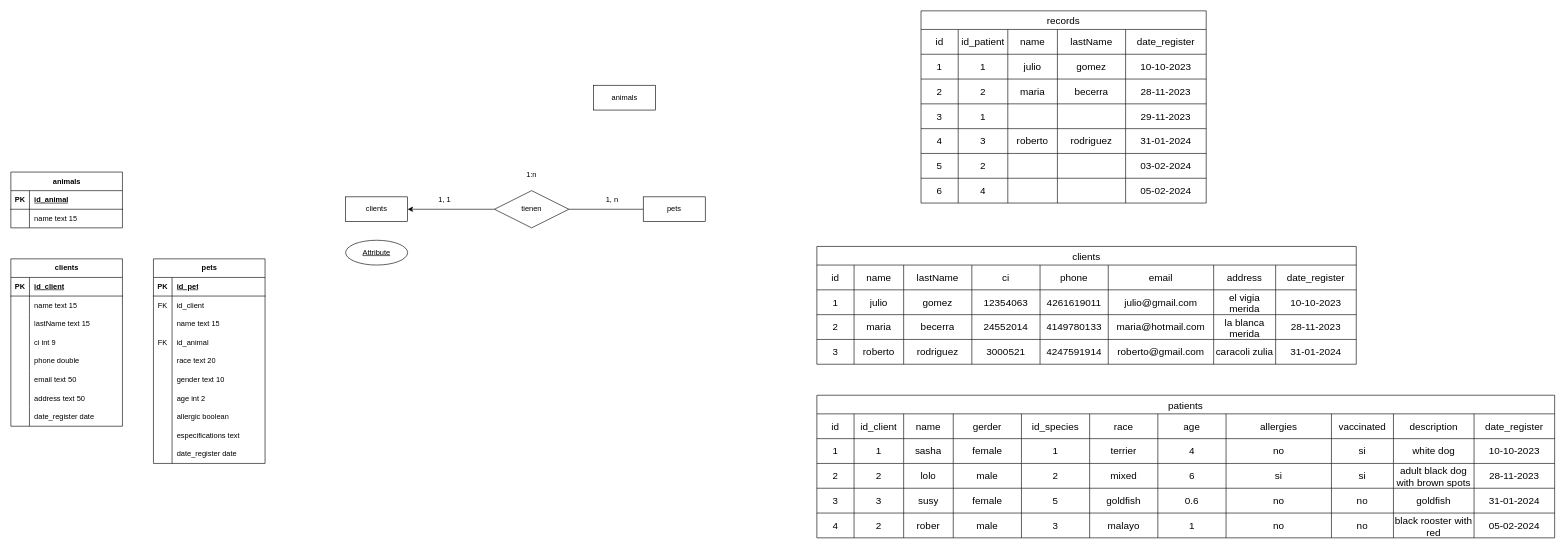
This is veterinaryClinic.drawio from AlbanyNVRodriguez/draw---diagrams, a draw.io file, before an edit. Source tidied: cells renumbered, new cells numbered last; positions are measured from the earlier drawing's top-left corner, leaving out a move shared by most shapes. Both pictures are drawn from the tidied source at 62%, with x=0, y=0 at pixel (11, 11).
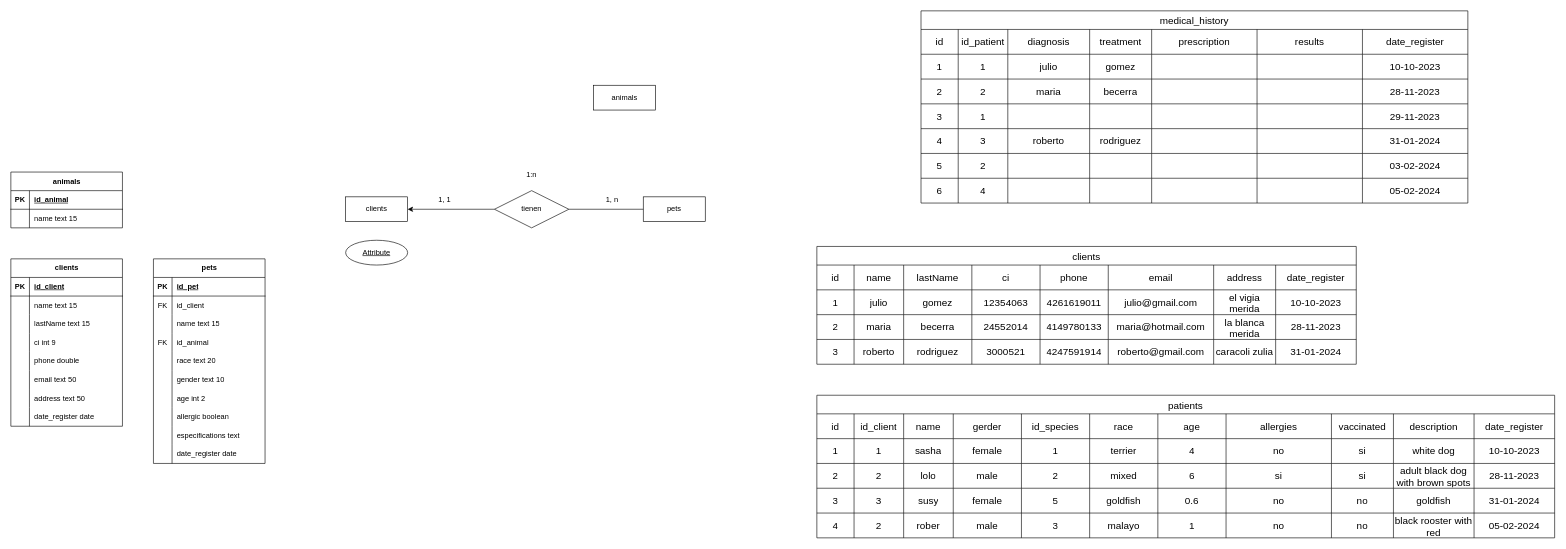
The same diagram, later.

Diff of the diagram source:
```diff
@@
-    <mxCell id="173" value="records" style="shape=table;startSize=30;childLayout=tableLayout;strokeColor=default;fontSize=16;" parent="1" vertex="1">
-      <mxGeometry x="1468" width="460" height="310" as="geometry" />
+    <mxCell id="173" value="medical_history" style="shape=table;startSize=30;childLayout=tableLayout;strokeColor=default;fontSize=16;" parent="1" vertex="1">
+      <mxGeometry x="1468" width="882" height="310" as="geometry" />
     </mxCell>
     <mxCell id="174" style="shape=tableRow;horizontal=0;startSize=0;swimlaneHead=0;swimlaneBody=0;strokeColor=inherit;top=0;left=0;bottom=0;right=0;fillColor=none;fontSize=16;" parent="173" vertex="1">
-      <mxGeometry y="30" width="460" height="40" as="geometry" />
+      <mxGeometry y="30" width="882" height="40" as="geometry" />
     </mxCell>
@@
-    <mxCell id="177" value="name" style="shape=partialRectangle;html=1;whiteSpace=wrap;strokeColor=inherit;overflow=hidden;fillColor=none;top=0;left=0;bottom=0;right=0;fontSize=16;" parent="174" vertex="1">
-      <mxGeometry x="140" width="80" height="40" as="geometry" />
+    <mxCell id="177" value="&lt;div&gt;diagnosis&lt;/div&gt;" style="shape=partialRectangle;html=1;whiteSpace=wrap;strokeColor=inherit;overflow=hidden;fillColor=none;top=0;left=0;bottom=0;right=0;fontSize=16;" parent="174" vertex="1">
+      <mxGeometry x="140" width="132" height="40" as="geometry" />
     </mxCell>
-    <mxCell id="178" value="lastName" style="shape=partialRectangle;html=1;whiteSpace=wrap;strokeColor=inherit;overflow=hidden;fillColor=none;top=0;left=0;bottom=0;right=0;fontSize=16;" parent="174" vertex="1">
-      <mxGeometry x="220" width="110" height="40" as="geometry" />
+    <mxCell id="178" value="treatment" style="shape=partialRectangle;html=1;whiteSpace=wrap;strokeColor=inherit;overflow=hidden;fillColor=none;top=0;left=0;bottom=0;right=0;fontSize=16;" parent="174" vertex="1">
+      <mxGeometry x="272" width="100" height="40" as="geometry" />
     </mxCell>
+    <mxCell id="216" value="&lt;div style=&quot;border-color: var(--border-color);&quot;&gt;prescription&lt;/div&gt;" style="shape=partialRectangle;html=1;whiteSpace=wrap;strokeColor=inherit;overflow=hidden;fillColor=none;top=0;left=0;bottom=0;right=0;fontSize=16;" parent="174" vertex="1">
+      <mxGeometry x="372" width="170" height="40" as="geometry" />
+    </mxCell>
+    <mxCell id="217" value="&lt;div style=&quot;border-color: var(--border-color);&quot;&gt;results&lt;/div&gt;" style="shape=partialRectangle;html=1;whiteSpace=wrap;strokeColor=inherit;overflow=hidden;fillColor=none;top=0;left=0;bottom=0;right=0;fontSize=16;" parent="174" vertex="1">
+      <mxGeometry x="542" width="170" height="40" as="geometry" />
+    </mxCell>
     <mxCell id="179" value="date_register" style="shape=partialRectangle;html=1;whiteSpace=wrap;strokeColor=inherit;overflow=hidden;fillColor=none;top=0;left=0;bottom=0;right=0;fontSize=16;" parent="174" vertex="1">
-      <mxGeometry x="330" width="130" height="40" as="geometry" />
+      <mxGeometry x="712" width="170" height="40" as="geometry" />
     </mxCell>
     <mxCell id="180" style="shape=tableRow;horizontal=0;startSize=0;swimlaneHead=0;swimlaneBody=0;strokeColor=inherit;top=0;left=0;bottom=0;right=0;fillColor=none;fontSize=16;" parent="173" vertex="1">
-      <mxGeometry y="70" width="460" height="40" as="geometry" />
+      <mxGeometry y="70" width="882" height="40" as="geometry" />
     </mxCell>
@@
     <mxCell id="183" value="julio" style="shape=partialRectangle;html=1;whiteSpace=wrap;strokeColor=inherit;overflow=hidden;fillColor=none;top=0;left=0;bottom=0;right=0;fontSize=16;" parent="180" vertex="1">
-      <mxGeometry x="140" width="80" height="40" as="geometry" />
+      <mxGeometry x="140" width="132" height="40" as="geometry" />
     </mxCell>
     <mxCell id="184" value="gomez" style="shape=partialRectangle;html=1;whiteSpace=wrap;strokeColor=inherit;overflow=hidden;fillColor=none;top=0;left=0;bottom=0;right=0;fontSize=16;" parent="180" vertex="1">
-      <mxGeometry x="220" width="110" height="40" as="geometry" />
+      <mxGeometry x="272" width="100" height="40" as="geometry" />
     </mxCell>
+    <mxCell id="218" style="shape=partialRectangle;html=1;whiteSpace=wrap;strokeColor=inherit;overflow=hidden;fillColor=none;top=0;left=0;bottom=0;right=0;fontSize=16;" parent="180" vertex="1">
+      <mxGeometry x="372" width="170" height="40" as="geometry" />
+    </mxCell>
+    <mxCell id="219" style="shape=partialRectangle;html=1;whiteSpace=wrap;strokeColor=inherit;overflow=hidden;fillColor=none;top=0;left=0;bottom=0;right=0;fontSize=16;" parent="180" vertex="1">
+      <mxGeometry x="542" width="170" height="40" as="geometry" />
+    </mxCell>
     <mxCell id="185" value="10-10-2023" style="shape=partialRectangle;html=1;whiteSpace=wrap;strokeColor=inherit;overflow=hidden;fillColor=none;top=0;left=0;bottom=0;right=0;fontSize=16;" parent="180" vertex="1">
-      <mxGeometry x="330" width="130" height="40" as="geometry" />
+      <mxGeometry x="712" width="170" height="40" as="geometry" />
     </mxCell>
     <mxCell id="186" style="shape=tableRow;horizontal=0;startSize=0;swimlaneHead=0;swimlaneBody=0;strokeColor=inherit;top=0;left=0;bottom=0;right=0;fillColor=none;fontSize=16;" parent="173" vertex="1">
-      <mxGeometry y="110" width="460" height="40" as="geometry" />
+      <mxGeometry y="110" width="882" height="40" as="geometry" />
     </mxCell>
@@
     <mxCell id="189" value="maria" style="shape=partialRectangle;html=1;whiteSpace=wrap;strokeColor=inherit;overflow=hidden;fillColor=none;top=0;left=0;bottom=0;right=0;fontSize=16;" parent="186" vertex="1">
-      <mxGeometry x="140" width="80" height="40" as="geometry" />
+      <mxGeometry x="140" width="132" height="40" as="geometry" />
     </mxCell>
     <mxCell id="190" value="becerra" style="shape=partialRectangle;html=1;whiteSpace=wrap;strokeColor=inherit;overflow=hidden;fillColor=none;top=0;left=0;bottom=0;right=0;fontSize=16;" parent="186" vertex="1">
-      <mxGeometry x="220" width="110" height="40" as="geometry" />
+      <mxGeometry x="272" width="100" height="40" as="geometry" />
     </mxCell>
+    <mxCell id="220" style="shape=partialRectangle;html=1;whiteSpace=wrap;strokeColor=inherit;overflow=hidden;fillColor=none;top=0;left=0;bottom=0;right=0;fontSize=16;" parent="186" vertex="1">
+      <mxGeometry x="372" width="170" height="40" as="geometry" />
+    </mxCell>
+    <mxCell id="221" style="shape=partialRectangle;html=1;whiteSpace=wrap;strokeColor=inherit;overflow=hidden;fillColor=none;top=0;left=0;bottom=0;right=0;fontSize=16;" parent="186" vertex="1">
+      <mxGeometry x="542" width="170" height="40" as="geometry" />
+    </mxCell>
     <mxCell id="191" value="28-11-2023" style="shape=partialRectangle;html=1;whiteSpace=wrap;strokeColor=inherit;overflow=hidden;fillColor=none;top=0;left=0;bottom=0;right=0;fontSize=16;" parent="186" vertex="1">
-      <mxGeometry x="330" width="130" height="40" as="geometry" />
+      <mxGeometry x="712" width="170" height="40" as="geometry" />
     </mxCell>
     <mxCell id="192" style="shape=tableRow;horizontal=0;startSize=0;swimlaneHead=0;swimlaneBody=0;strokeColor=inherit;top=0;left=0;bottom=0;right=0;fillColor=none;fontSize=16;" parent="173" vertex="1">
-      <mxGeometry y="150" width="460" height="40" as="geometry" />
+      <mxGeometry y="150" width="882" height="40" as="geometry" />
     </mxCell>
@@
     <mxCell id="195" style="shape=partialRectangle;html=1;whiteSpace=wrap;strokeColor=inherit;overflow=hidden;fillColor=none;top=0;left=0;bottom=0;right=0;fontSize=16;" parent="192" vertex="1">
-      <mxGeometry x="140" width="80" height="40" as="geometry" />
+      <mxGeometry x="140" width="132" height="40" as="geometry" />
     </mxCell>
     <mxCell id="196" style="shape=partialRectangle;html=1;whiteSpace=wrap;strokeColor=inherit;overflow=hidden;fillColor=none;top=0;left=0;bottom=0;right=0;fontSize=16;" parent="192" vertex="1">
-      <mxGeometry x="220" width="110" height="40" as="geometry" />
+      <mxGeometry x="272" width="100" height="40" as="geometry" />
     </mxCell>
+    <mxCell id="222" style="shape=partialRectangle;html=1;whiteSpace=wrap;strokeColor=inherit;overflow=hidden;fillColor=none;top=0;left=0;bottom=0;right=0;fontSize=16;" parent="192" vertex="1">
+      <mxGeometry x="372" width="170" height="40" as="geometry" />
+    </mxCell>
+    <mxCell id="223" style="shape=partialRectangle;html=1;whiteSpace=wrap;strokeColor=inherit;overflow=hidden;fillColor=none;top=0;left=0;bottom=0;right=0;fontSize=16;" parent="192" vertex="1">
+      <mxGeometry x="542" width="170" height="40" as="geometry" />
+    </mxCell>
     <mxCell id="197" value="29-11-2023" style="shape=partialRectangle;html=1;whiteSpace=wrap;strokeColor=inherit;overflow=hidden;fillColor=none;top=0;left=0;bottom=0;right=0;fontSize=16;" parent="192" vertex="1">
-      <mxGeometry x="330" width="130" height="40" as="geometry" />
+      <mxGeometry x="712" width="170" height="40" as="geometry" />
     </mxCell>
     <mxCell id="198" style="shape=tableRow;horizontal=0;startSize=0;swimlaneHead=0;swimlaneBody=0;strokeColor=inherit;top=0;left=0;bottom=0;right=0;fillColor=none;fontSize=16;" parent="173" vertex="1">
-      <mxGeometry y="190" width="460" height="40" as="geometry" />
+      <mxGeometry y="190" width="882" height="40" as="geometry" />
     </mxCell>
@@
     <mxCell id="201" value="roberto" style="shape=partialRectangle;html=1;whiteSpace=wrap;strokeColor=inherit;overflow=hidden;fillColor=none;top=0;left=0;bottom=0;right=0;fontSize=16;" parent="198" vertex="1">
-      <mxGeometry x="140" width="80" height="40" as="geometry" />
+      <mxGeometry x="140" width="132" height="40" as="geometry" />
     </mxCell>
     <mxCell id="202" value="rodriguez" style="shape=partialRectangle;html=1;whiteSpace=wrap;strokeColor=inherit;overflow=hidden;fillColor=none;top=0;left=0;bottom=0;right=0;fontSize=16;" parent="198" vertex="1">
-      <mxGeometry x="220" width="110" height="40" as="geometry" />
+      <mxGeometry x="272" width="100" height="40" as="geometry" />
     </mxCell>
+    <mxCell id="224" style="shape=partialRectangle;html=1;whiteSpace=wrap;strokeColor=inherit;overflow=hidden;fillColor=none;top=0;left=0;bottom=0;right=0;fontSize=16;" parent="198" vertex="1">
+      <mxGeometry x="372" width="170" height="40" as="geometry" />
+    </mxCell>
+    <mxCell id="225" style="shape=partialRectangle;html=1;whiteSpace=wrap;strokeColor=inherit;overflow=hidden;fillColor=none;top=0;left=0;bottom=0;right=0;fontSize=16;" parent="198" vertex="1">
+      <mxGeometry x="542" width="170" height="40" as="geometry" />
+    </mxCell>
     <mxCell id="203" value="31-01-2024" style="shape=partialRectangle;html=1;whiteSpace=wrap;strokeColor=inherit;overflow=hidden;fillColor=none;top=0;left=0;bottom=0;right=0;fontSize=16;" parent="198" vertex="1">
-      <mxGeometry x="330" width="130" height="40" as="geometry" />
+      <mxGeometry x="712" width="170" height="40" as="geometry" />
     </mxCell>
     <mxCell id="204" style="shape=tableRow;horizontal=0;startSize=0;swimlaneHead=0;swimlaneBody=0;strokeColor=inherit;top=0;left=0;bottom=0;right=0;fillColor=none;fontSize=16;" parent="173" vertex="1">
-      <mxGeometry y="230" width="460" height="40" as="geometry" />
+      <mxGeometry y="230" width="882" height="40" as="geometry" />
     </mxCell>
@@
     <mxCell id="207" style="shape=partialRectangle;html=1;whiteSpace=wrap;strokeColor=inherit;overflow=hidden;fillColor=none;top=0;left=0;bottom=0;right=0;fontSize=16;" parent="204" vertex="1">
-      <mxGeometry x="140" width="80" height="40" as="geometry" />
+      <mxGeometry x="140" width="132" height="40" as="geometry" />
     </mxCell>
     <mxCell id="208" style="shape=partialRectangle;html=1;whiteSpace=wrap;strokeColor=inherit;overflow=hidden;fillColor=none;top=0;left=0;bottom=0;right=0;fontSize=16;" parent="204" vertex="1">
-      <mxGeometry x="220" width="110" height="40" as="geometry" />
+      <mxGeometry x="272" width="100" height="40" as="geometry" />
     </mxCell>
+    <mxCell id="226" style="shape=partialRectangle;html=1;whiteSpace=wrap;strokeColor=inherit;overflow=hidden;fillColor=none;top=0;left=0;bottom=0;right=0;fontSize=16;" parent="204" vertex="1">
+      <mxGeometry x="372" width="170" height="40" as="geometry" />
+    </mxCell>
+    <mxCell id="227" style="shape=partialRectangle;html=1;whiteSpace=wrap;strokeColor=inherit;overflow=hidden;fillColor=none;top=0;left=0;bottom=0;right=0;fontSize=16;" parent="204" vertex="1">
+      <mxGeometry x="542" width="170" height="40" as="geometry" />
+    </mxCell>
     <mxCell id="209" value="03-02-2024" style="shape=partialRectangle;html=1;whiteSpace=wrap;strokeColor=inherit;overflow=hidden;fillColor=none;top=0;left=0;bottom=0;right=0;fontSize=16;" parent="204" vertex="1">
-      <mxGeometry x="330" width="130" height="40" as="geometry" />
+      <mxGeometry x="712" width="170" height="40" as="geometry" />
     </mxCell>
     <mxCell id="210" style="shape=tableRow;horizontal=0;startSize=0;swimlaneHead=0;swimlaneBody=0;strokeColor=inherit;top=0;left=0;bottom=0;right=0;fillColor=none;fontSize=16;" parent="173" vertex="1">
-      <mxGeometry y="270" width="460" height="40" as="geometry" />
+      <mxGeometry y="270" width="882" height="40" as="geometry" />
     </mxCell>
@@
     <mxCell id="213" style="shape=partialRectangle;html=1;whiteSpace=wrap;strokeColor=inherit;overflow=hidden;fillColor=none;top=0;left=0;bottom=0;right=0;fontSize=16;" parent="210" vertex="1">
-      <mxGeometry x="140" width="80" height="40" as="geometry" />
+      <mxGeometry x="140" width="132" height="40" as="geometry" />
     </mxCell>
     <mxCell id="214" style="shape=partialRectangle;html=1;whiteSpace=wrap;strokeColor=inherit;overflow=hidden;fillColor=none;top=0;left=0;bottom=0;right=0;fontSize=16;" parent="210" vertex="1">
-      <mxGeometry x="220" width="110" height="40" as="geometry" />
+      <mxGeometry x="272" width="100" height="40" as="geometry" />
     </mxCell>
+    <mxCell id="228" style="shape=partialRectangle;html=1;whiteSpace=wrap;strokeColor=inherit;overflow=hidden;fillColor=none;top=0;left=0;bottom=0;right=0;fontSize=16;" parent="210" vertex="1">
+      <mxGeometry x="372" width="170" height="40" as="geometry" />
+    </mxCell>
+    <mxCell id="229" style="shape=partialRectangle;html=1;whiteSpace=wrap;strokeColor=inherit;overflow=hidden;fillColor=none;top=0;left=0;bottom=0;right=0;fontSize=16;" parent="210" vertex="1">
+      <mxGeometry x="542" width="170" height="40" as="geometry" />
+    </mxCell>
     <mxCell id="215" value="05-02-2024" style="shape=partialRectangle;html=1;whiteSpace=wrap;strokeColor=inherit;overflow=hidden;fillColor=none;top=0;left=0;bottom=0;right=0;fontSize=16;" parent="210" vertex="1">
-      <mxGeometry x="330" width="130" height="40" as="geometry" />
+      <mxGeometry x="712" width="170" height="40" as="geometry" />
     </mxCell>
```
